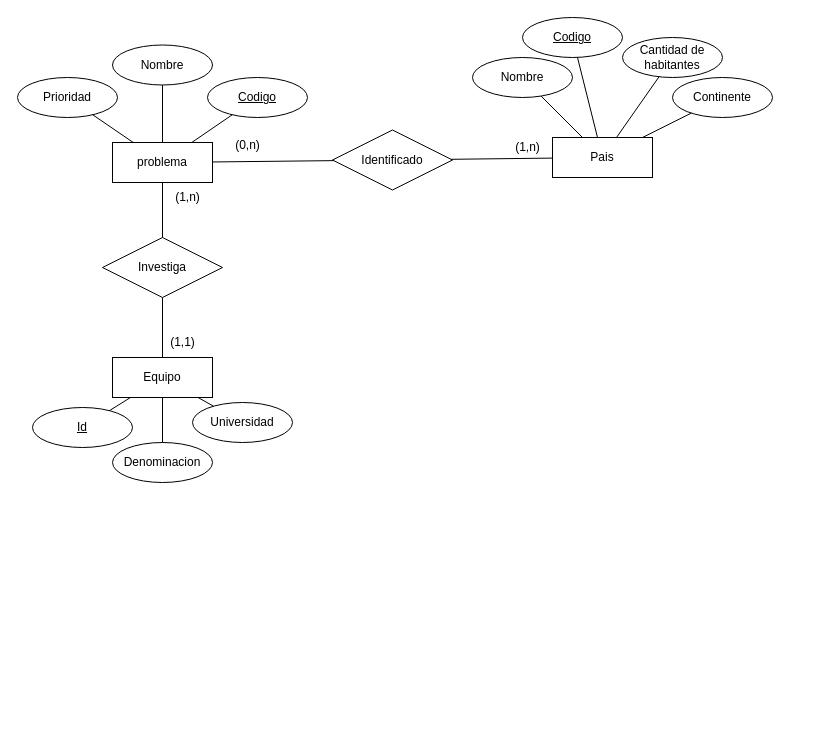
The draw.io diagram Desafio-2-base-de-datos-informatorio .drawio in RamaAlves/base-de-datos, before the edit. Source tidied: cells renumbered, new cells numbered last; positions are measured from the earlier drawing's top-left corner, leaving out a move shared by most shapes. Both pictures are drawn from the tidied source at 100%, with x=0, y=0 at pixel (17, 17).
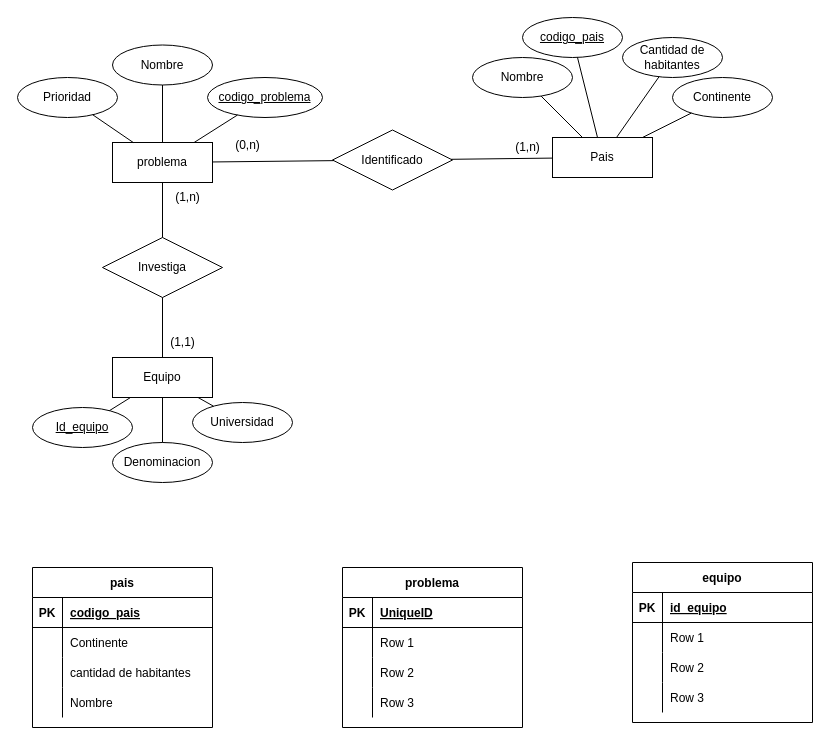
The same page after the edit.

What changed in the source:
```diff
@@
-    <mxCell id="8" value="Codigo" style="ellipse;whiteSpace=wrap;html=1;align=center;fontStyle=4;" parent="1" vertex="1">
+    <mxCell id="8" value="codigo_pais" style="ellipse;whiteSpace=wrap;html=1;align=center;fontStyle=4;" parent="1" vertex="1">
       <mxGeometry x="505" width="100" height="40" as="geometry" />
     </mxCell>
@@
-    <mxCell id="15" value="Codigo" style="ellipse;whiteSpace=wrap;html=1;align=center;fontStyle=4;" parent="1" vertex="1">
-      <mxGeometry x="190" y="60" width="100" height="40" as="geometry" />
+    <mxCell id="15" value="codigo_problema" style="ellipse;whiteSpace=wrap;html=1;align=center;fontStyle=4;" parent="1" vertex="1">
+      <mxGeometry x="190" y="60" width="115" height="40" as="geometry" />
     </mxCell>
@@
-    <mxCell id="19" value="Id" style="ellipse;whiteSpace=wrap;html=1;align=center;fontStyle=4;" parent="1" vertex="1">
+    <mxCell id="19" value="Id_equipo" style="ellipse;whiteSpace=wrap;html=1;align=center;fontStyle=4;" parent="1" vertex="1">
       <mxGeometry x="15" y="390" width="100" height="40" as="geometry" />
     </mxCell>
@@
+    <mxCell id="35" value="pais" style="shape=table;startSize=30;childLayout=tableLayout;rowLines=0;fontStyle=1;align=center;" parent="1" vertex="1">
+      <mxGeometry x="15" y="550" width="180" height="160" as="geometry" />
+    </mxCell>
+    <mxCell id="36" style="shape=tableRow;horizontal=0;startSize=0;swimlaneHead=0;swimlaneBody=0;fillColor=none;top=0;left=0;right=0;bottom=1;" parent="35" vertex="1">
+      <mxGeometry y="30" width="180" height="30" as="geometry" />
+    </mxCell>
+    <mxCell id="37" value="PK" style="shape=partialRectangle;fillColor=none;top=0;left=0;bottom=0;right=0;fontStyle=1;overflow=hidden;" parent="36" vertex="1">
+      <mxGeometry width="30" height="30" as="geometry" />
+    </mxCell>
+    <mxCell id="38" value="codigo_pais" style="shape=partialRectangle;fillColor=none;top=0;left=0;bottom=0;right=0;align=left;spacingLeft=6;fontStyle=5;overflow=hidden;" parent="36" vertex="1">
+      <mxGeometry x="30" width="150" height="30" as="geometry" />
+    </mxCell>
+    <mxCell id="39" style="shape=tableRow;horizontal=0;startSize=0;swimlaneHead=0;swimlaneBody=0;fillColor=none;top=0;left=0;right=0;bottom=0;" parent="35" vertex="1">
+      <mxGeometry y="60" width="180" height="30" as="geometry" />
+    </mxCell>
+    <mxCell id="40" style="shape=partialRectangle;fillColor=none;top=0;left=0;bottom=0;right=0;overflow=hidden;" parent="39" vertex="1">
+      <mxGeometry width="30" height="30" as="geometry" />
+    </mxCell>
+    <mxCell id="41" value="Continente" style="shape=partialRectangle;fillColor=none;top=0;left=0;bottom=0;right=0;align=left;spacingLeft=6;overflow=hidden;" parent="39" vertex="1">
+      <mxGeometry x="30" width="150" height="30" as="geometry" />
+    </mxCell>
+    <mxCell id="42" style="shape=tableRow;horizontal=0;startSize=0;swimlaneHead=0;swimlaneBody=0;fillColor=none;top=0;left=0;right=0;bottom=0;" parent="35" vertex="1">
+      <mxGeometry y="90" width="180" height="30" as="geometry" />
+    </mxCell>
+    <mxCell id="43" style="shape=partialRectangle;fillColor=none;top=0;left=0;bottom=0;right=0;overflow=hidden;" parent="42" vertex="1">
+      <mxGeometry width="30" height="30" as="geometry" />
+    </mxCell>
+    <mxCell id="44" value="cantidad de habitantes" style="shape=partialRectangle;fillColor=none;top=0;left=0;bottom=0;right=0;align=left;spacingLeft=6;overflow=hidden;" parent="42" vertex="1">
+      <mxGeometry x="30" width="150" height="30" as="geometry" />
+    </mxCell>
+    <mxCell id="45" style="shape=tableRow;horizontal=0;startSize=0;swimlaneHead=0;swimlaneBody=0;fillColor=none;top=0;left=0;right=0;bottom=0;" parent="35" vertex="1">
+      <mxGeometry y="120" width="180" height="30" as="geometry" />
+    </mxCell>
+    <mxCell id="46" style="shape=partialRectangle;fillColor=none;top=0;left=0;bottom=0;right=0;overflow=hidden;" parent="45" vertex="1">
+      <mxGeometry width="30" height="30" as="geometry" />
+    </mxCell>
+    <mxCell id="47" value="Nombre" style="shape=partialRectangle;fillColor=none;top=0;left=0;bottom=0;right=0;align=left;spacingLeft=6;overflow=hidden;" parent="45" vertex="1">
+      <mxGeometry x="30" width="150" height="30" as="geometry" />
+    </mxCell>
+    <mxCell id="48" value="problema" style="shape=table;startSize=30;childLayout=tableLayout;rowLines=0;fontStyle=1;align=center;" parent="1" vertex="1">
+      <mxGeometry x="325" y="550" width="180" height="160" as="geometry" />
+    </mxCell>
+    <mxCell id="49" style="shape=tableRow;horizontal=0;startSize=0;swimlaneHead=0;swimlaneBody=0;fillColor=none;top=0;left=0;right=0;bottom=1;" parent="48" vertex="1">
+      <mxGeometry y="30" width="180" height="30" as="geometry" />
+    </mxCell>
+    <mxCell id="50" value="PK" style="shape=partialRectangle;fillColor=none;top=0;left=0;bottom=0;right=0;fontStyle=1;overflow=hidden;" parent="49" vertex="1">
+      <mxGeometry width="30" height="30" as="geometry" />
+    </mxCell>
+    <mxCell id="51" value="UniqueID" style="shape=partialRectangle;fillColor=none;top=0;left=0;bottom=0;right=0;align=left;spacingLeft=6;fontStyle=5;overflow=hidden;" parent="49" vertex="1">
+      <mxGeometry x="30" width="150" height="30" as="geometry" />
+    </mxCell>
+    <mxCell id="52" style="shape=tableRow;horizontal=0;startSize=0;swimlaneHead=0;swimlaneBody=0;fillColor=none;top=0;left=0;right=0;bottom=0;" parent="48" vertex="1">
+      <mxGeometry y="60" width="180" height="30" as="geometry" />
+    </mxCell>
+    <mxCell id="53" style="shape=partialRectangle;fillColor=none;top=0;left=0;bottom=0;right=0;overflow=hidden;" parent="52" vertex="1">
+      <mxGeometry width="30" height="30" as="geometry" />
+    </mxCell>
+    <mxCell id="54" value="Row 1" style="shape=partialRectangle;fillColor=none;top=0;left=0;bottom=0;right=0;align=left;spacingLeft=6;overflow=hidden;" parent="52" vertex="1">
+      <mxGeometry x="30" width="150" height="30" as="geometry" />
+    </mxCell>
+    <mxCell id="55" style="shape=tableRow;horizontal=0;startSize=0;swimlaneHead=0;swimlaneBody=0;fillColor=none;top=0;left=0;right=0;bottom=0;" parent="48" vertex="1">
+      <mxGeometry y="90" width="180" height="30" as="geometry" />
+    </mxCell>
+    <mxCell id="56" style="shape=partialRectangle;fillColor=none;top=0;left=0;bottom=0;right=0;overflow=hidden;" parent="55" vertex="1">
+      <mxGeometry width="30" height="30" as="geometry" />
+    </mxCell>
+    <mxCell id="57" value="Row 2" style="shape=partialRectangle;fillColor=none;top=0;left=0;bottom=0;right=0;align=left;spacingLeft=6;overflow=hidden;" parent="55" vertex="1">
+      <mxGeometry x="30" width="150" height="30" as="geometry" />
+    </mxCell>
+    <mxCell id="58" style="shape=tableRow;horizontal=0;startSize=0;swimlaneHead=0;swimlaneBody=0;fillColor=none;top=0;left=0;right=0;bottom=0;" parent="48" vertex="1">
+      <mxGeometry y="120" width="180" height="30" as="geometry" />
+    </mxCell>
+    <mxCell id="59" style="shape=partialRectangle;fillColor=none;top=0;left=0;bottom=0;right=0;overflow=hidden;" parent="58" vertex="1">
+      <mxGeometry width="30" height="30" as="geometry" />
+    </mxCell>
+    <mxCell id="60" value="Row 3" style="shape=partialRectangle;fillColor=none;top=0;left=0;bottom=0;right=0;align=left;spacingLeft=6;overflow=hidden;" parent="58" vertex="1">
+      <mxGeometry x="30" width="150" height="30" as="geometry" />
+    </mxCell>
+    <mxCell id="61" value="equipo" style="shape=table;startSize=30;childLayout=tableLayout;rowLines=0;fontStyle=1;align=center;" parent="1" vertex="1">
+      <mxGeometry x="615" y="545" width="180" height="160" as="geometry" />
+    </mxCell>
+    <mxCell id="62" style="shape=tableRow;horizontal=0;startSize=0;swimlaneHead=0;swimlaneBody=0;fillColor=none;top=0;left=0;right=0;bottom=1;" parent="61" vertex="1">
+      <mxGeometry y="30" width="180" height="30" as="geometry" />
+    </mxCell>
+    <mxCell id="63" value="PK" style="shape=partialRectangle;fillColor=none;top=0;left=0;bottom=0;right=0;fontStyle=1;overflow=hidden;" parent="62" vertex="1">
+      <mxGeometry width="30" height="30" as="geometry" />
+    </mxCell>
+    <mxCell id="64" value="id_equipo" style="shape=partialRectangle;fillColor=none;top=0;left=0;bottom=0;right=0;align=left;spacingLeft=6;fontStyle=5;overflow=hidden;" parent="62" vertex="1">
+      <mxGeometry x="30" width="150" height="30" as="geometry" />
+    </mxCell>
+    <mxCell id="65" style="shape=tableRow;horizontal=0;startSize=0;swimlaneHead=0;swimlaneBody=0;fillColor=none;top=0;left=0;right=0;bottom=0;" parent="61" vertex="1">
+      <mxGeometry y="60" width="180" height="30" as="geometry" />
+    </mxCell>
+    <mxCell id="66" style="shape=partialRectangle;fillColor=none;top=0;left=0;bottom=0;right=0;overflow=hidden;" parent="65" vertex="1">
+      <mxGeometry width="30" height="30" as="geometry" />
+    </mxCell>
+    <mxCell id="67" value="Row 1" style="shape=partialRectangle;fillColor=none;top=0;left=0;bottom=0;right=0;align=left;spacingLeft=6;overflow=hidden;" parent="65" vertex="1">
+      <mxGeometry x="30" width="150" height="30" as="geometry" />
+    </mxCell>
+    <mxCell id="68" style="shape=tableRow;horizontal=0;startSize=0;swimlaneHead=0;swimlaneBody=0;fillColor=none;top=0;left=0;right=0;bottom=0;" parent="61" vertex="1">
+      <mxGeometry y="90" width="180" height="30" as="geometry" />
+    </mxCell>
+    <mxCell id="69" style="shape=partialRectangle;fillColor=none;top=0;left=0;bottom=0;right=0;overflow=hidden;" parent="68" vertex="1">
+      <mxGeometry width="30" height="30" as="geometry" />
+    </mxCell>
+    <mxCell id="70" value="Row 2" style="shape=partialRectangle;fillColor=none;top=0;left=0;bottom=0;right=0;align=left;spacingLeft=6;overflow=hidden;" parent="68" vertex="1">
+      <mxGeometry x="30" width="150" height="30" as="geometry" />
+    </mxCell>
+    <mxCell id="71" style="shape=tableRow;horizontal=0;startSize=0;swimlaneHead=0;swimlaneBody=0;fillColor=none;top=0;left=0;right=0;bottom=0;" parent="61" vertex="1">
+      <mxGeometry y="120" width="180" height="30" as="geometry" />
+    </mxCell>
+    <mxCell id="72" style="shape=partialRectangle;fillColor=none;top=0;left=0;bottom=0;right=0;overflow=hidden;" parent="71" vertex="1">
+      <mxGeometry width="30" height="30" as="geometry" />
+    </mxCell>
+    <mxCell id="73" value="Row 3" style="shape=partialRectangle;fillColor=none;top=0;left=0;bottom=0;right=0;align=left;spacingLeft=6;overflow=hidden;" parent="71" vertex="1">
+      <mxGeometry x="30" width="150" height="30" as="geometry" />
+    </mxCell>
```
